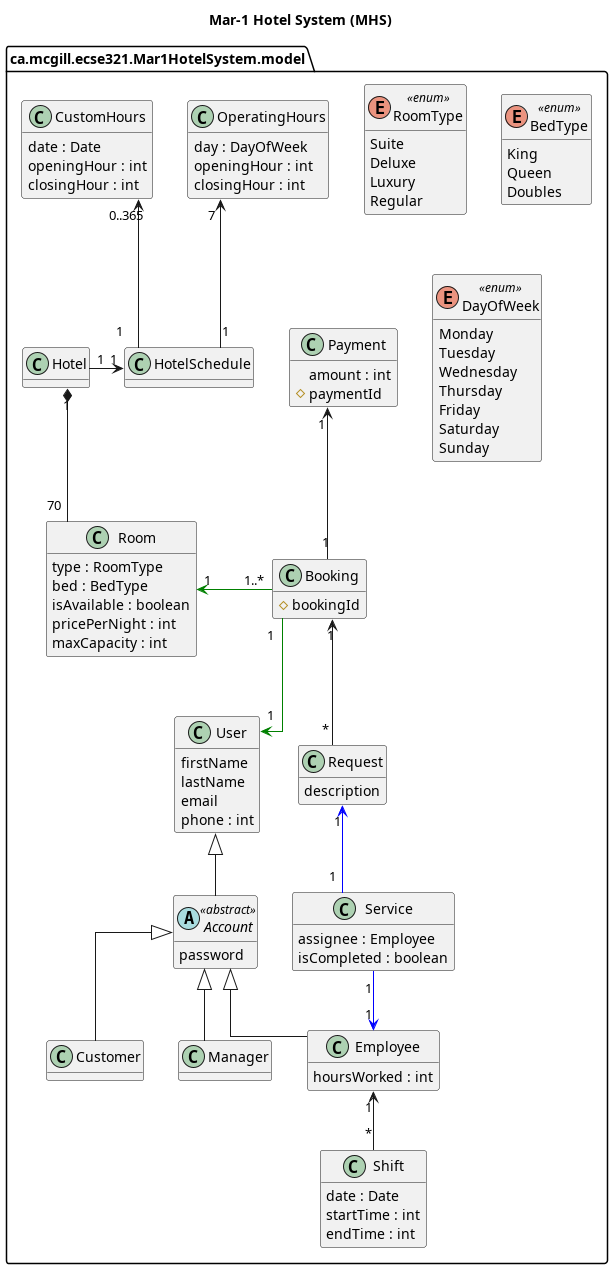
notkaramel/ECSE321-Mar1HotelSystem keeps this PlantUML diagram as documentation/UMLDiagrams/DomainModel.png. Above is the earlier version.
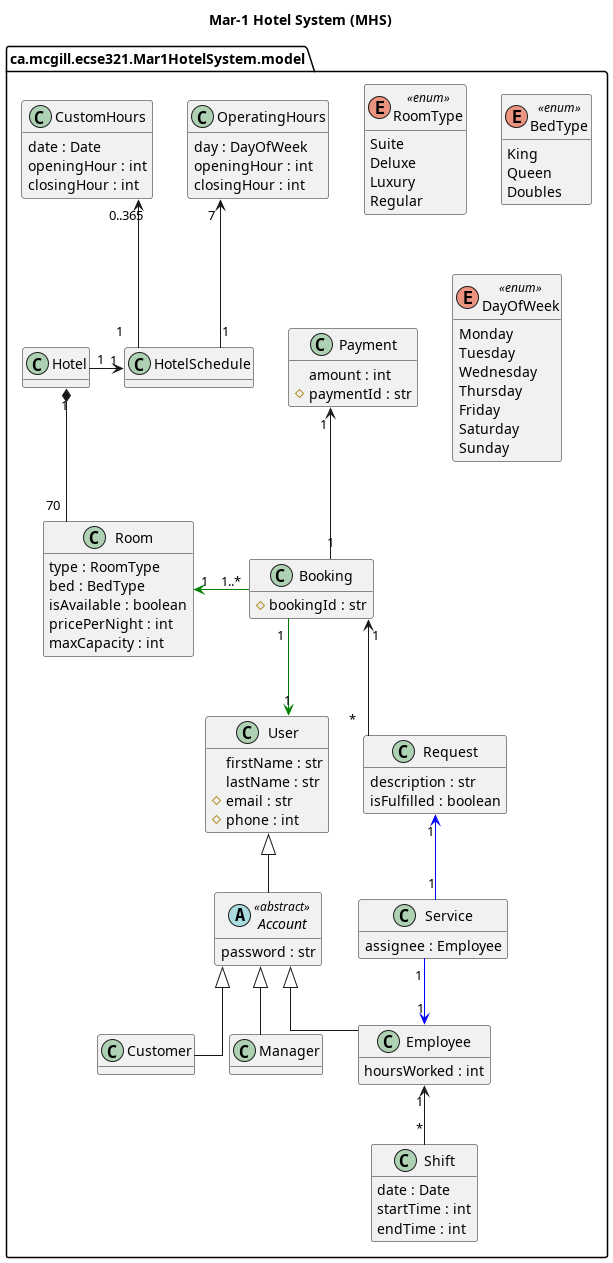
After the change.

Diff of the diagram source:
```diff
@@ -6,14 +6,14 @@
 
 package ca.mcgill.ecse321.Mar1HotelSystem.model {
     Class User {
-        firstName
-        lastName
-        email
-        phone : int
+        firstName : str
+        lastName : str
+        # email : str
+        # phone : int
     }
 
     abstract Class Account <<abstract>> {
-        password
+        password : str
     }
     together {
         Class Employee {
@@ -51,21 +51,21 @@
     Room "70" -up-* "1" Hotel
 
     Class Booking {
-        # bookingId
+        # bookingId : str
     }
 
     Booking "1..*" -left[#green]-> "1" Room
     Booking "1" -right[#green]-> "1" User
 
     Class Request {
-        description
+        description : str
+        isFulfilled : boolean
     }
 
     Request "*" -up-> "1" Booking
 
     Class Service {
         assignee : Employee
-        isCompleted : boolean
     }
 
     Service "1" -up[#blue]-> "1" Request
@@ -73,7 +73,7 @@
 
     Class Payment {
         amount : int
-        # paymentId
+        # paymentId : str
     }
 
     Booking "1" -up-> "1" Payment
```
